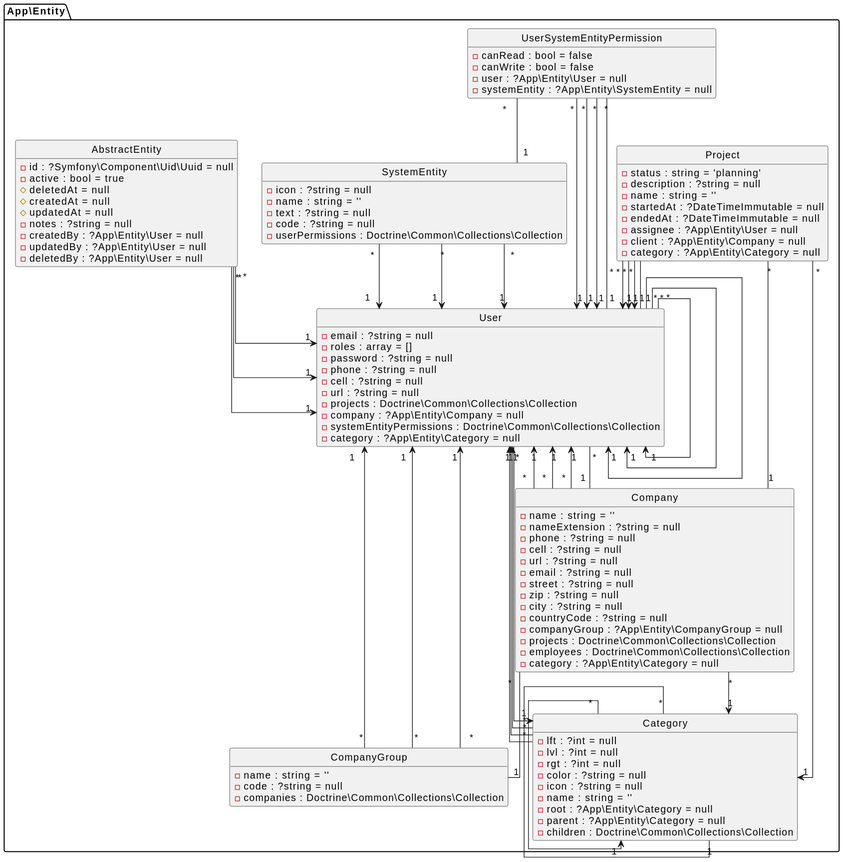
cschorr/symfony-core-bundle keeps this PlantUML diagram as assets/docs/diagram-class.svg. Above is the earlier version.
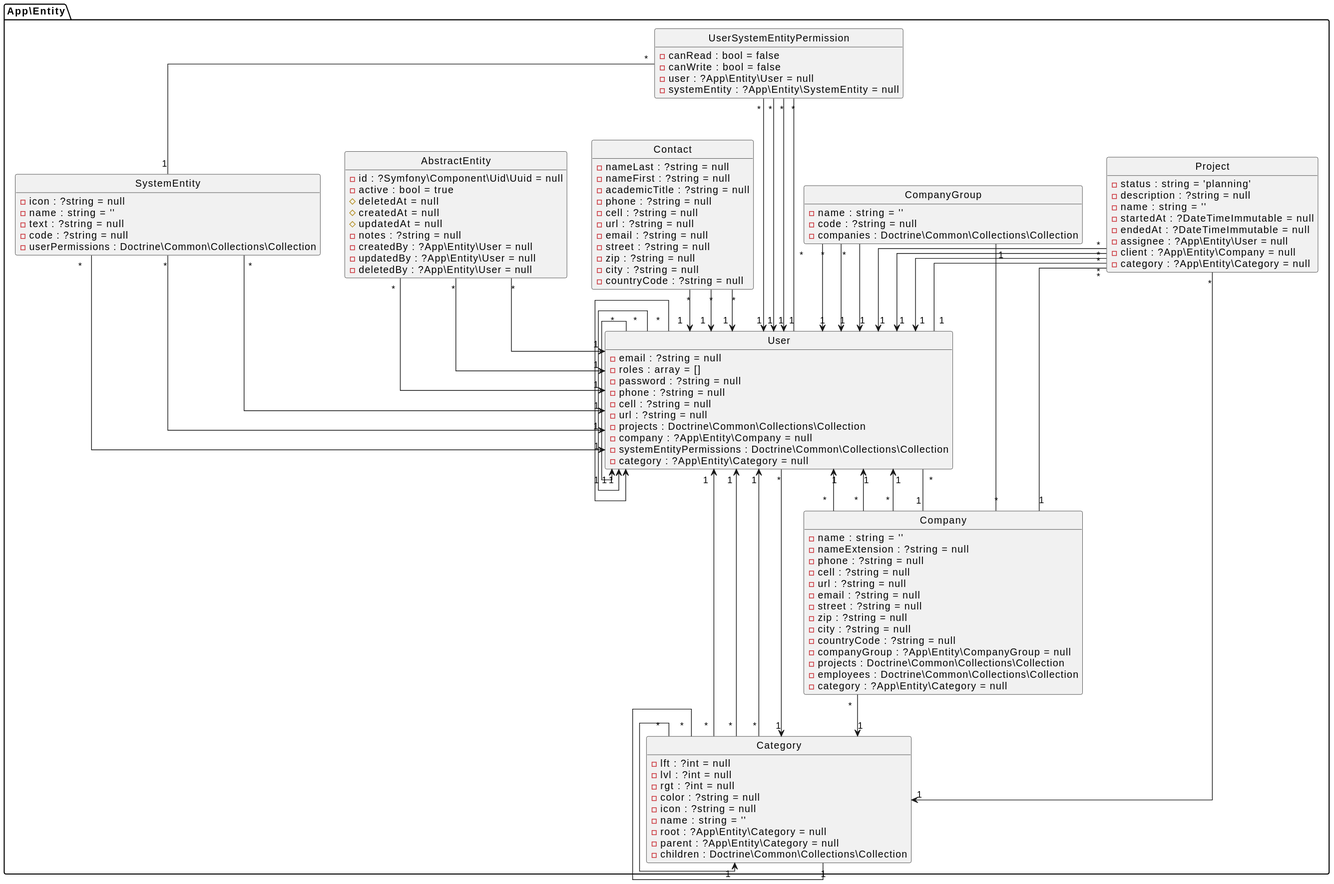
Above is the later version.

Change to the diagram source:
```diff
@@ -6,12 +6,10 @@
 hide circle
 hide empty members
 !theme _none_
-class App\Entity\SystemEntity {
-- icon : ?string = null
+class App\Entity\CompanyGroup {
 - name : string = ''
-- text : ?string = null
 - code : ?string = null
-- userPermissions : Doctrine\Common\Collections\Collection
+- companies : Doctrine\Common\Collections\Collection
 }
 class App\Entity\AbstractEntity {
 - id : ?Symfony\Component\Uid\Uuid = null
@@ -24,11 +22,16 @@
 - updatedBy : ?App\Entity\User = null
 - deletedBy : ?App\Entity\User = null
 }
-class App\Entity\UserSystemEntityPermission {
-- canRead : bool = false
-- canWrite : bool = false
-- user : ?App\Entity\User = null
-- systemEntity : ?App\Entity\SystemEntity = null
+class App\Entity\Category {
+- lft : ?int = null
+- lvl : ?int = null
+- rgt : ?int = null
+- color : ?string = null
+- icon : ?string = null
+- name : string = ''
+- root : ?App\Entity\Category = null
+- parent : ?App\Entity\Category = null
+- children : Doctrine\Common\Collections\Collection
 }
 class App\Entity\Company {
 - name : string = ''
@@ -46,21 +49,24 @@
 - employees : Doctrine\Common\Collections\Collection
 - category : ?App\Entity\Category = null
 }
-class App\Entity\CompanyGroup {
-- name : string = ''
-- code : ?string = null
-- companies : Doctrine\Common\Collections\Collection
+class App\Entity\Contact {
+- nameLast : ?string = null
+- nameFirst : ?string = null
+- academicTitle : ?string = null
+- phone : ?string = null
+- cell : ?string = null
+- url : ?string = null
+- email : ?string = null
+- street : ?string = null
+- zip : ?string = null
+- city : ?string = null
+- countryCode : ?string = null
 }
-class App\Entity\Category {
-- lft : ?int = null
-- lvl : ?int = null
-- rgt : ?int = null
-- color : ?string = null
-- icon : ?string = null
-- name : string = ''
-- root : ?App\Entity\Category = null
-- parent : ?App\Entity\Category = null
-- children : Doctrine\Common\Collections\Collection
+class App\Entity\UserSystemEntityPermission {
+- canRead : bool = false
+- canWrite : bool = false
+- user : ?App\Entity\User = null
+- systemEntity : ?App\Entity\SystemEntity = null
 }
 class App\Entity\Project {
 - status : string = 'planning'
@@ -84,30 +90,37 @@
 - systemEntityPermissions : Doctrine\Common\Collections\Collection
 - category : ?App\Entity\Category = null
 }
-App\Entity\SystemEntity "*" --> "1" App\Entity\User
-App\Entity\SystemEntity "*" --> "1" App\Entity\User
-App\Entity\SystemEntity "*" --> "1" App\Entity\User
+class App\Entity\SystemEntity {
+- icon : ?string = null
+- name : string = ''
+- text : ?string = null
+- code : ?string = null
+- userPermissions : Doctrine\Common\Collections\Collection
+}
+App\Entity\CompanyGroup "*" --> "1" App\Entity\User
+App\Entity\CompanyGroup "*" --> "1" App\Entity\User
+App\Entity\CompanyGroup "*" --> "1" App\Entity\User
 App\Entity\AbstractEntity "*" --> "1" App\Entity\User
 App\Entity\AbstractEntity "*" --> "1" App\Entity\User
 App\Entity\AbstractEntity "*" --> "1" App\Entity\User
+App\Entity\Category "*" --> "1" App\Entity\User
+App\Entity\Category "*" --> "1" App\Entity\User
+App\Entity\Category "*" --> "1" App\Entity\User
+App\Entity\Category "*" --> "1" App\Entity\Category
+App\Entity\Category "*" -- "1" App\Entity\Category
+App\Entity\Company "*" --> "1" App\Entity\User
+App\Entity\Company "*" --> "1" App\Entity\User
+App\Entity\Company "*" --> "1" App\Entity\User
+App\Entity\Company "*" -- "1" App\Entity\CompanyGroup
+App\Entity\Company "*" --> "1" App\Entity\Category
+App\Entity\Contact "*" --> "1" App\Entity\User
+App\Entity\Contact "*" --> "1" App\Entity\User
+App\Entity\Contact "*" --> "1" App\Entity\User
 App\Entity\UserSystemEntityPermission "*" --> "1" App\Entity\User
 App\Entity\UserSystemEntityPermission "*" --> "1" App\Entity\User
 App\Entity\UserSystemEntityPermission "*" --> "1" App\Entity\User
 App\Entity\UserSystemEntityPermission "*" -- "1" App\Entity\User
 App\Entity\UserSystemEntityPermission "*" -- "1" App\Entity\SystemEntity
-App\Entity\Company "*" --> "1" App\Entity\User
-App\Entity\Company "*" --> "1" App\Entity\User
-App\Entity\Company "*" --> "1" App\Entity\User
-App\Entity\Company "*" -- "1" App\Entity\CompanyGroup
-App\Entity\Company "*" --> "1" App\Entity\Category
-App\Entity\CompanyGroup "*" --> "1" App\Entity\User
-App\Entity\CompanyGroup "*" --> "1" App\Entity\User
-App\Entity\CompanyGroup "*" --> "1" App\Entity\User
-App\Entity\Category "*" --> "1" App\Entity\User
-App\Entity\Category "*" --> "1" App\Entity\User
-App\Entity\Category "*" --> "1" App\Entity\User
-App\Entity\Category "*" --> "1" App\Entity\Category
-App\Entity\Category "*" -- "1" App\Entity\Category
 App\Entity\Project "*" --> "1" App\Entity\User
 App\Entity\Project "*" --> "1" App\Entity\User
 App\Entity\Project "*" --> "1" App\Entity\User
@@ -119,4 +132,7 @@
 App\Entity\User "*" --> "1" App\Entity\User
 App\Entity\User "*" -- "1" App\Entity\Company
 App\Entity\User "*" --> "1" App\Entity\Category
+App\Entity\SystemEntity "*" --> "1" App\Entity\User
+App\Entity\SystemEntity "*" --> "1" App\Entity\User
+App\Entity\SystemEntity "*" --> "1" App\Entity\User
 @enduml
```
